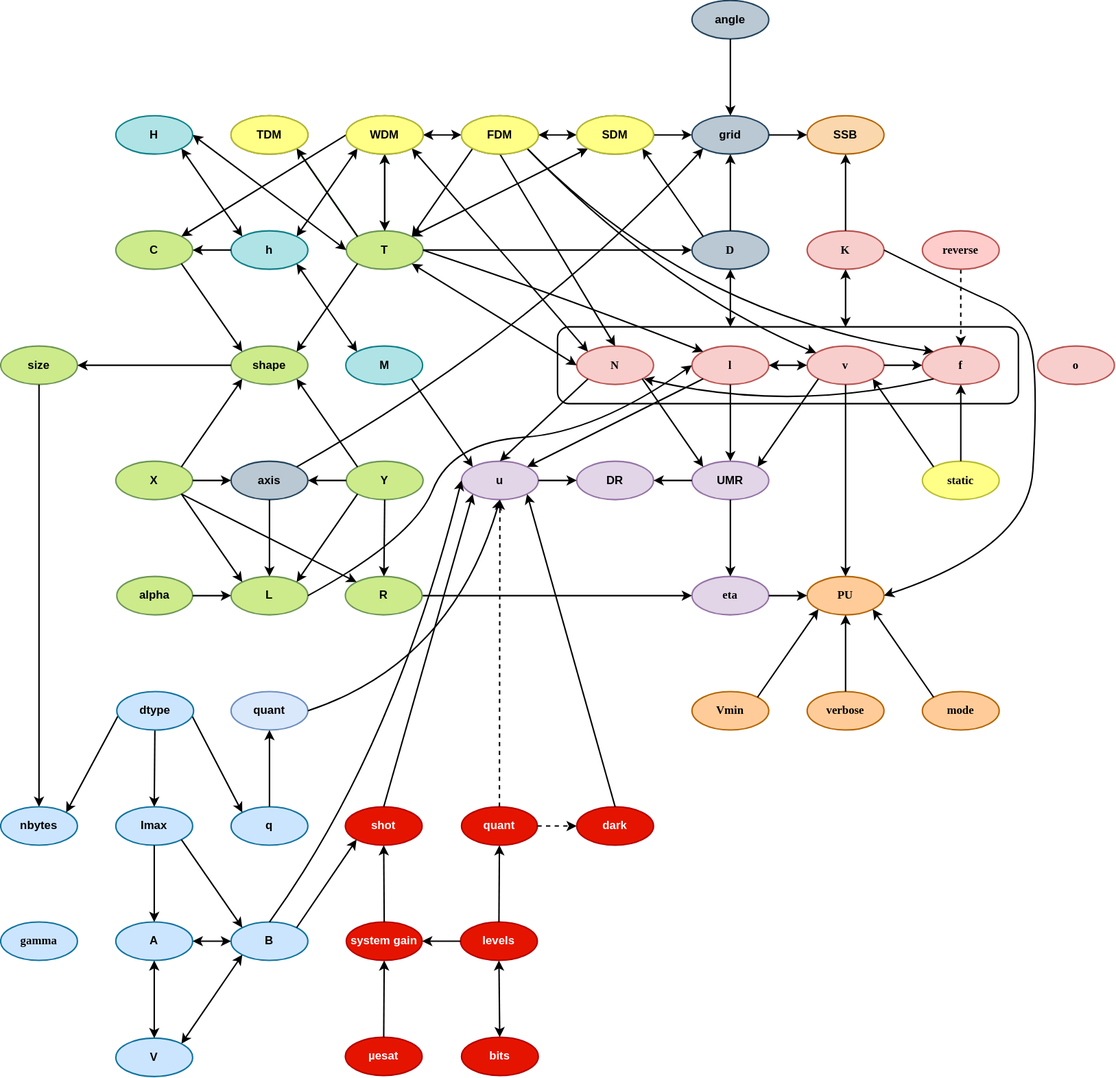
Earlier version of the draw.io export docs/interdependencies.svg (comimag/Fringes). Source tidied: cells renumbered, new cells last; positions are measured from the earlier drawing's top-left corner, leaving out a move shared by most shapes.
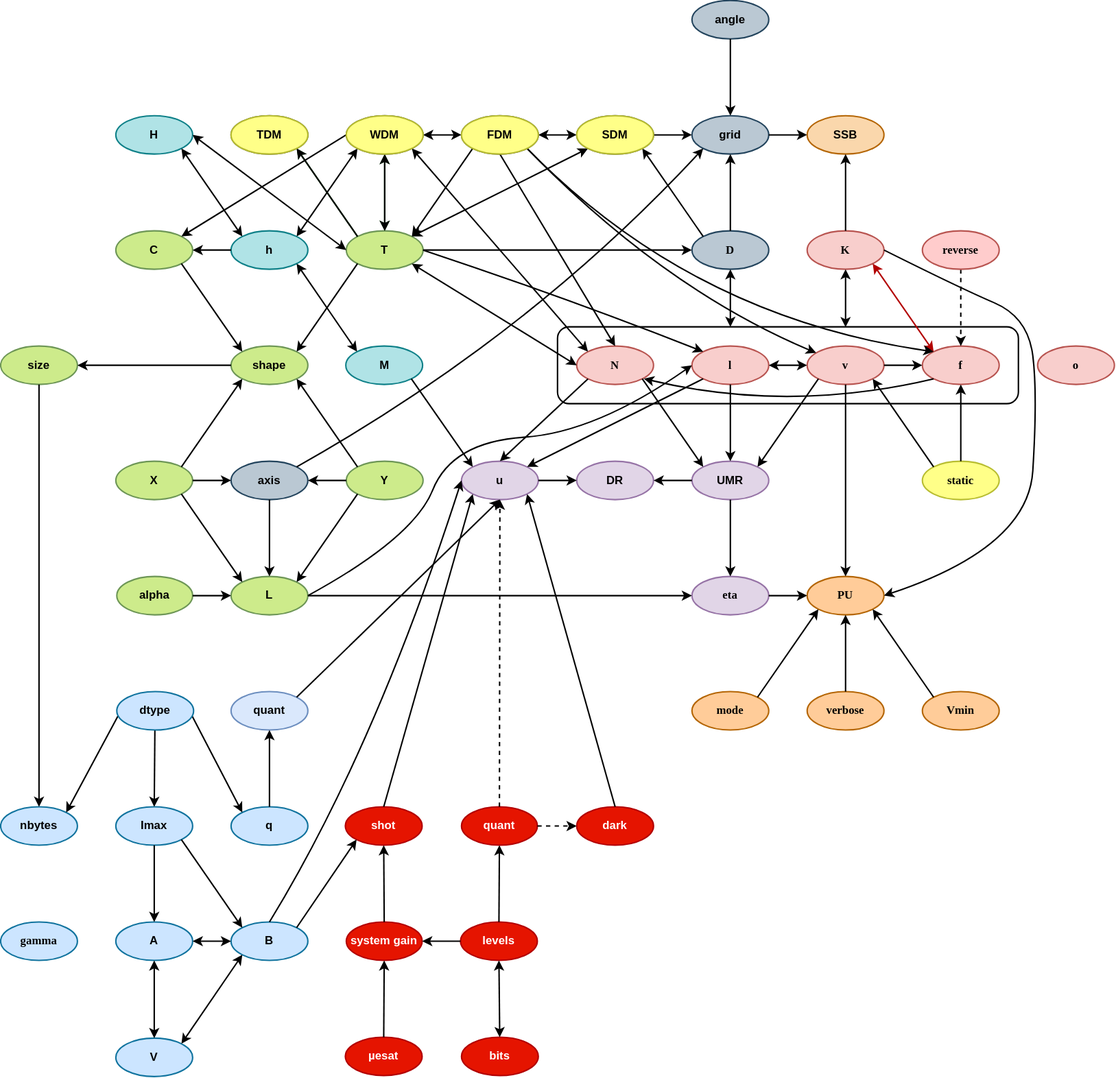
After the change.

Commit message:
updated interdependency graph

What changed in the source:
```diff
@@ -38,6 +38,9 @@
     <mxCell id="13" value="UMR" style="ellipse;whiteSpace=wrap;html=1;fontStyle=1;fillColor=#e1d5e7;strokeColor=#9673a6;shadow=0;strokeWidth=1.5;labelBorderColor=none;" parent="1" vertex="1">
       <mxGeometry x="720" y="480" width="80" height="40" as="geometry" />
     </mxCell>
+    <mxCell id="149" style="endArrow=classic;startArrow=classic;html=1;rounded=0;exitX=0;exitY=0;exitDx=0;exitDy=0;entryX=1;entryY=1;entryDx=0;entryDy=0;fillColor=#e51400;strokeColor=#B20000;fontStyle=1;shadow=0;strokeWidth=1.5;labelBorderColor=none;" parent="1" edge="1" source="8" target="5">
+      <mxGeometry relative="1" as="geometry" />
+    </mxCell>
     <mxCell id="14" style="endArrow=classic;html=1;rounded=1;exitX=0;exitY=1;exitDx=0;exitDy=0;entryX=1;entryY=0;entryDx=0;entryDy=0;fontStyle=1;shadow=0;strokeWidth=1.5;labelBorderColor=none;" parent="1" edge="1" source="7" target="13">
       <mxGeometry relative="1" as="geometry" />
     </mxCell>
@@ -162,7 +165,7 @@
     <mxCell id="53" style="endArrow=classic;html=1;curved=1;exitX=0;exitY=1;exitDx=0;exitDy=0;entryX=1;entryY=0;entryDx=0;entryDy=0;fontStyle=1;shadow=0;strokeWidth=1.5;labelBorderColor=none;" parent="1" edge="1" source="42" target="51">
       <mxGeometry relative="1" as="geometry" />
     </mxCell>
-    <mxCell id="54" style="endArrow=classic;html=1;curved=1;entryX=0;entryY=0.5;entryDx=0;entryDy=0;fontStyle=1;shadow=0;strokeWidth=1.5;labelBorderColor=none;exitX=1;exitY=0.5;exitDx=0;exitDy=0;" parent="1" edge="1" source="145" target="10">
+    <mxCell id="54" style="endArrow=classic;html=1;curved=1;exitX=1;exitY=0.5;exitDx=0;exitDy=0;entryX=0;entryY=0.5;entryDx=0;entryDy=0;fontStyle=1;shadow=0;strokeWidth=1.5;labelBorderColor=none;" parent="1" edge="1" source="51" target="10">
       <mxGeometry relative="1" as="geometry" />
     </mxCell>
     <mxCell id="55" value="u" style="ellipse;whiteSpace=wrap;html=1;fontStyle=1;fillColor=#e1d5e7;strokeColor=#9673a6;shadow=0;strokeWidth=1.5;labelBorderColor=none;" parent="1" vertex="1">
@@ -243,7 +246,7 @@
     <mxCell id="80" style="endArrow=classic;html=1;curved=1;exitX=0.5;exitY=0;exitDx=0;exitDy=0;entryX=0;entryY=0.5;entryDx=0;entryDy=0;fontStyle=1;shadow=0;strokeWidth=1.5;labelBorderColor=none;" parent="1" edge="1" source="78" target="55">
       <mxGeometry relative="1" as="geometry">
         <Array as="points">
-          <mxPoint x="410" y="780" />
+          <mxPoint x="390" y="780" />
         </Array>
       </mxGeometry>
     </mxCell>
@@ -372,18 +375,18 @@
       <mxGeometry x="840" y="720" width="80" height="40" as="geometry" />
     </mxCell>
     <mxCell id="113" value="&lt;span&gt;mode&lt;/span&gt;" style="ellipse;whiteSpace=wrap;html=1;rounded=0;shadow=0;comic=0;labelBackgroundColor=none;strokeWidth=1.5;fontFamily=Verdana;fontSize=12;align=center;fontStyle=1;fillColor=#ffcc99;strokeColor=#B46504;labelBorderColor=none;" parent="1" vertex="1">
-      <mxGeometry x="960" y="720" width="80" height="40" as="geometry" />
+      <mxGeometry x="720" y="720" width="80" height="40" as="geometry" />
     </mxCell>
     <mxCell id="114" value="&lt;span&gt;Vmin&lt;/span&gt;" style="ellipse;whiteSpace=wrap;html=1;rounded=0;shadow=0;comic=0;labelBackgroundColor=none;strokeWidth=1.5;fontFamily=Verdana;fontSize=12;align=center;fontStyle=1;fillColor=#ffcc99;strokeColor=#B46504;labelBorderColor=none;" parent="1" vertex="1">
-      <mxGeometry x="720" y="720" width="80" height="40" as="geometry" />
+      <mxGeometry x="960" y="720" width="80" height="40" as="geometry" />
     </mxCell>
-    <mxCell id="115" style="endArrow=classic;html=1;curved=1;exitX=1;exitY=0;exitDx=0;exitDy=0;entryX=0;entryY=1;entryDx=0;entryDy=0;fontStyle=1;shadow=0;strokeWidth=1.5;labelBorderColor=none;" parent="1" edge="1" source="114" target="12">
+    <mxCell id="115" style="endArrow=classic;html=1;curved=1;exitX=0;exitY=0;exitDx=0;exitDy=0;entryX=1;entryY=1;entryDx=0;entryDy=0;fontStyle=1;shadow=0;strokeWidth=1.5;labelBorderColor=none;" parent="1" edge="1" source="114" target="12">
       <mxGeometry relative="1" as="geometry" />
     </mxCell>
     <mxCell id="116" style="endArrow=classic;html=1;curved=1;entryX=0.5;entryY=1;entryDx=0;entryDy=0;fontStyle=1;shadow=0;strokeWidth=1.5;labelBorderColor=none;" parent="1" edge="1" source="112" target="12">
       <mxGeometry relative="1" as="geometry" />
     </mxCell>
-    <mxCell id="117" style="endArrow=classic;html=1;curved=1;exitX=0;exitY=0;exitDx=0;exitDy=0;entryX=1;entryY=1;entryDx=0;entryDy=0;fontStyle=1;shadow=0;strokeWidth=1.5;labelBorderColor=none;" parent="1" edge="1" source="113" target="12">
+    <mxCell id="117" style="endArrow=classic;html=1;curved=1;exitX=1;exitY=0;exitDx=0;exitDy=0;entryX=0;entryY=1;entryDx=0;entryDy=0;fontStyle=1;shadow=0;strokeWidth=1.5;labelBorderColor=none;" parent="1" edge="1" source="113" target="12">
       <mxGeometry relative="1" as="geometry" />
     </mxCell>
     <mxCell id="118" style="endArrow=classic;html=1;curved=1;exitX=0;exitY=0;exitDx=0;exitDy=0;entryX=1;entryY=1;entryDx=0;entryDy=0;fillColor=#60a917;strokeColor=#000000;fontStyle=1;shadow=0;strokeWidth=1.5;labelBorderColor=none;" parent="1" edge="1">
@@ -462,6 +465,9 @@
     <mxCell id="139" style="endArrow=classic;html=1;rounded=0;entryX=0.5;entryY=0;entryDx=0;entryDy=0;exitX=0.5;exitY=1;exitDx=0;exitDy=0;strokeWidth=1.5;" parent="1" edge="1" source="71" target="77">
       <mxGeometry relative="1" as="geometry" />
     </mxCell>
+    <mxCell id="148" style="endArrow=classic;html=1;rounded=0;exitX=1;exitY=0;exitDx=0;exitDy=0;entryX=0.5;entryY=1;entryDx=0;entryDy=0;strokeWidth=1.5;" parent="1" edge="1" source="64" target="55">
+      <mxGeometry relative="1" as="geometry" />
+    </mxCell>
     <mxCell id="140" style="endArrow=classic;startArrow=classic;html=1;rounded=0;exitX=0.5;exitY=1;exitDx=0;exitDy=0;strokeWidth=1.5;" parent="1" edge="1" source="9">
       <mxGeometry relative="1" as="geometry">
         <mxPoint x="760" y="340" as="targetPoint" />
@@ -485,21 +491,5 @@
         </Array>
       </mxGeometry>
     </mxCell>
-    <mxCell id="145" value="R" style="ellipse;whiteSpace=wrap;html=1;fontStyle=1;fillColor=#cdeb8b;strokeColor=#6D9656;shadow=0;strokeWidth=1.5;labelBorderColor=none;" parent="1" vertex="1">
-      <mxGeometry x="359" y="600" width="80" height="40" as="geometry" />
-    </mxCell>
-    <mxCell id="146" style="endArrow=classic;html=1;rounded=0;strokeWidth=1.5;exitX=1;exitY=1;exitDx=0;exitDy=0;entryX=0;entryY=0;entryDx=0;entryDy=0;" parent="1" edge="1" source="43" target="145">
-      <mxGeometry relative="1" as="geometry" />
-    </mxCell>
-    <mxCell id="147" style="endArrow=classic;html=1;rounded=0;strokeWidth=1.5;exitX=0.5;exitY=1;exitDx=0;exitDy=0;" parent="1" edge="1" source="42" target="145">
-      <mxGeometry relative="1" as="geometry" />
-    </mxCell>
-    <mxCell id="148" style="endArrow=classic;html=1;strokeColor=#000000;curved=1;exitX=1;exitY=0.5;exitDx=0;exitDy=0;entryX=0.5;entryY=1;entryDx=0;entryDy=0;shadow=0;strokeWidth=1.5;labelBorderColor=none;" parent="1" edge="1" source="64" target="55">
-      <mxGeometry relative="1" as="geometry">
-        <Array as="points">
-          <mxPoint x="470" y="690" />
-        </Array>
-      </mxGeometry>
-    </mxCell>
   </root>
 </mxGraphModel>
```
